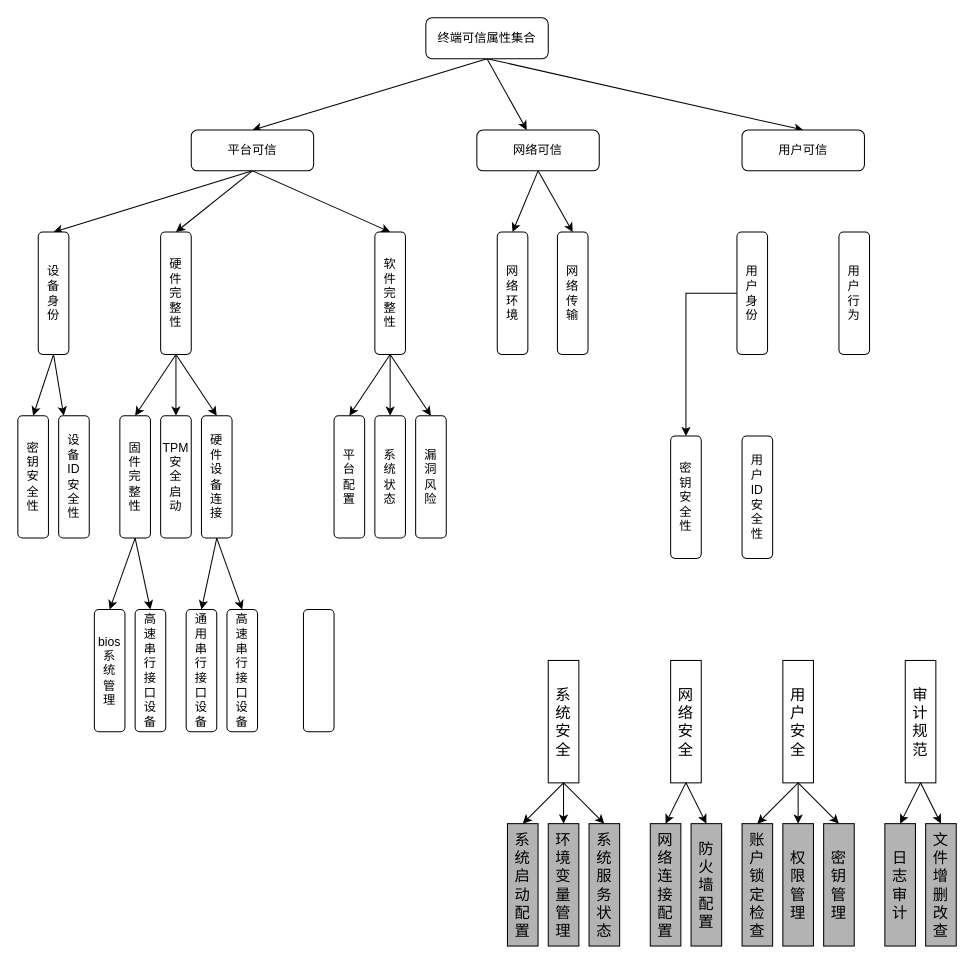
Earlier version of the draw.io diagram testDirectory/终端可信属性集合.drawio (Moose1273/-). Source tidied: cells renumbered, new cells numbered last; positions are measured from the earlier drawing's top-left corner, leaving out a move shared by most shapes. Both pictures are drawn from the tidied source at 102%, with x=0, y=0 at pixel (17, 17).
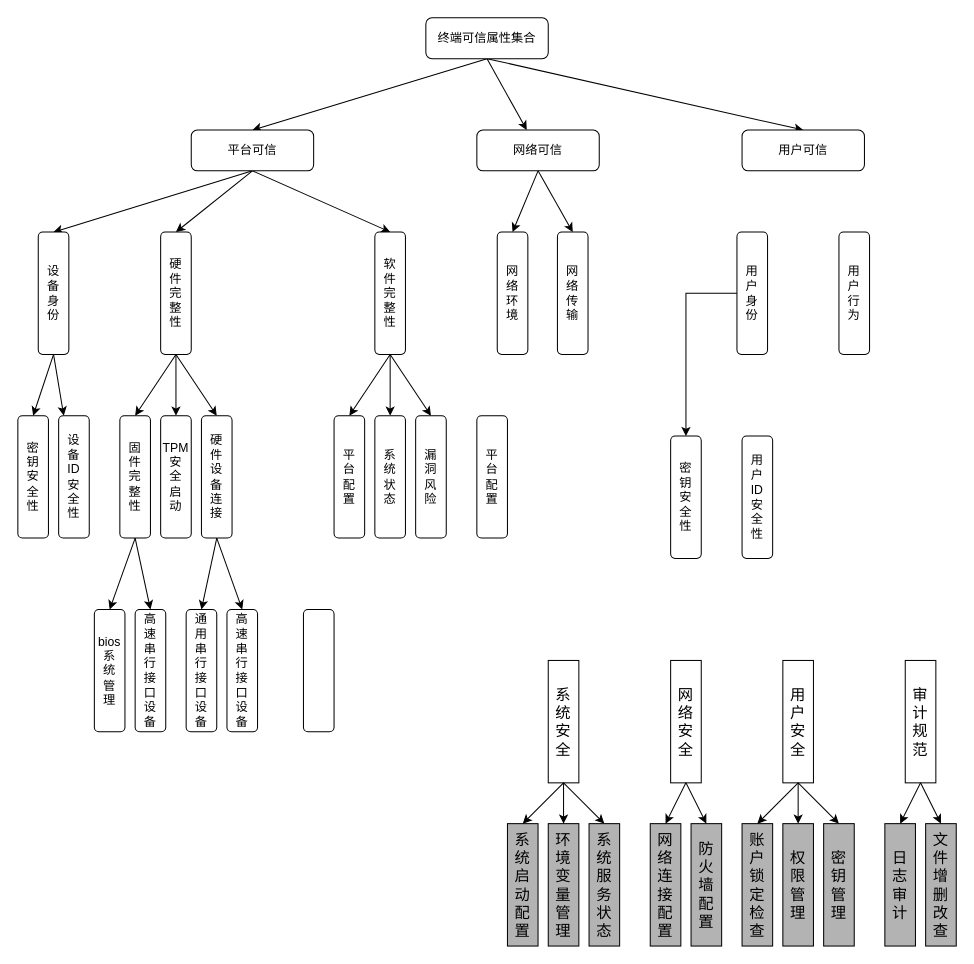
The same page after the edit.

Commit message (it also covers changes not shown here):
更新终端可信属性集合.drawio

The edit, as a diff of the source:
```diff
@@
+    <mxCell id="73" value="平&lt;div&gt;台&lt;/div&gt;&lt;div&gt;配&lt;/div&gt;&lt;div&gt;置&lt;/div&gt;" style="rounded=1;whiteSpace=wrap;html=1;direction=south;" parent="1" vertex="1">
+      <mxGeometry x="450" y="390" width="30" height="120" as="geometry" />
+    </mxCell>
```
